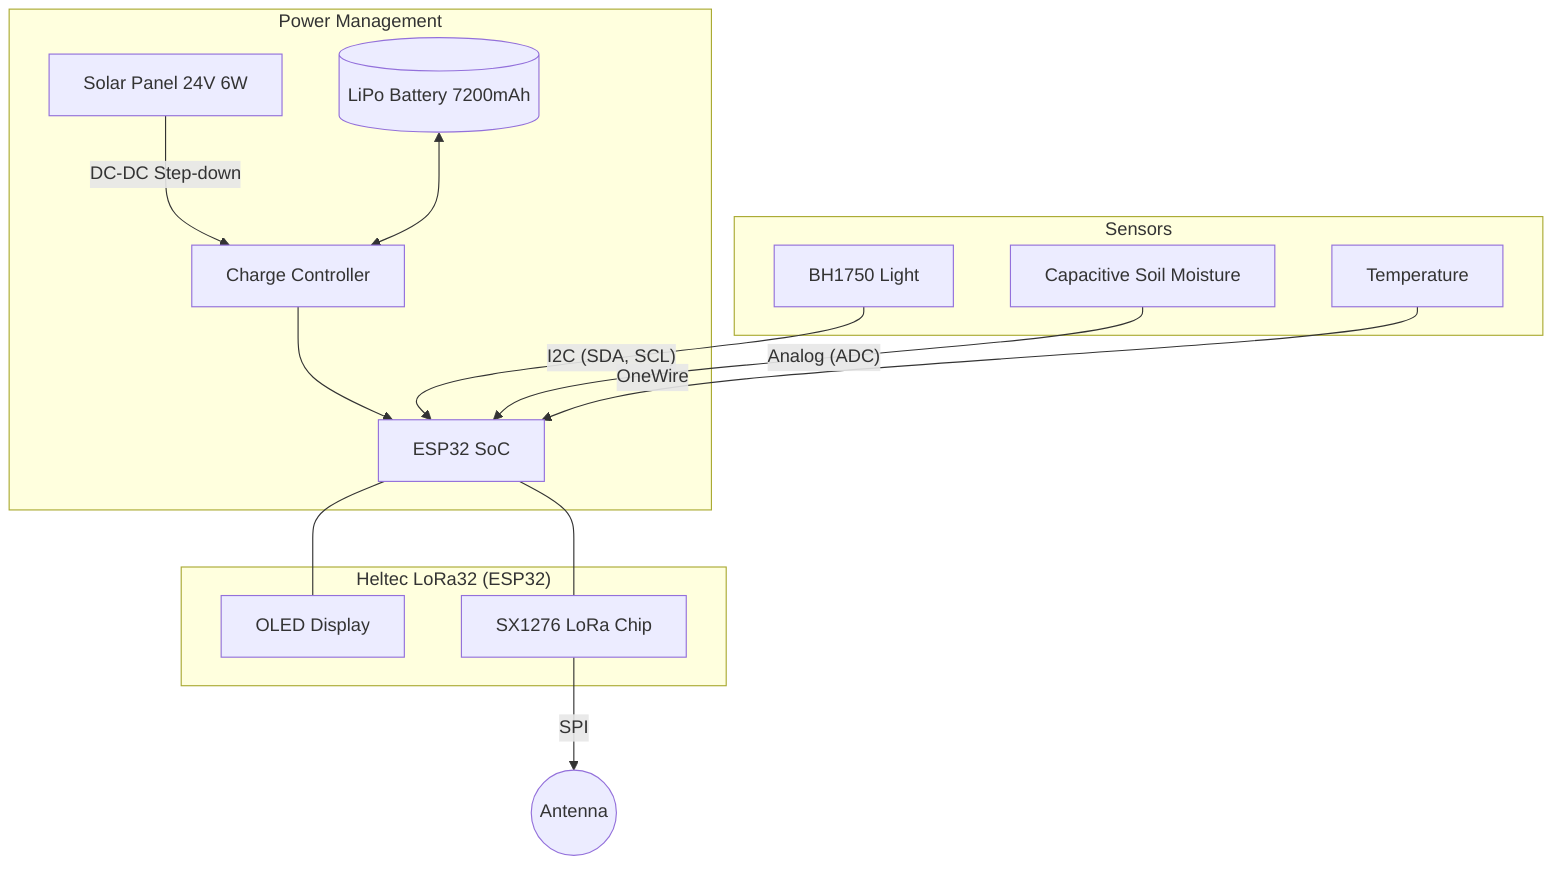
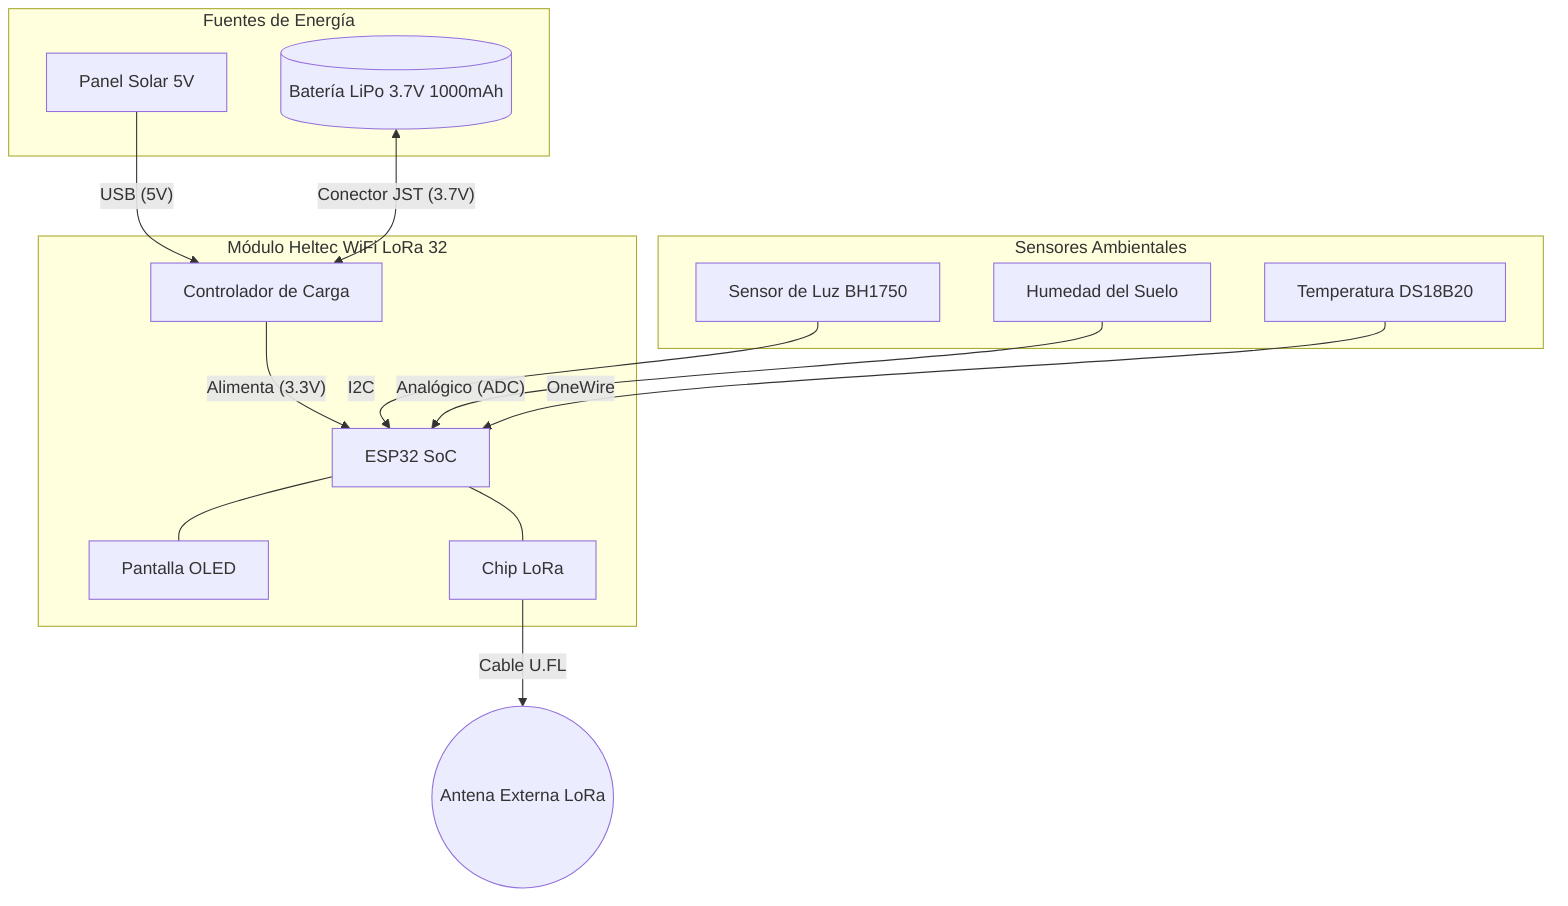
flowchart TD
-     subgraph "Power Management"
-         SP[Solar Panel 24V 6W] -->|DC-DC Step-down| CH[Charge Controller]
-         BATT[(LiPo Battery 7200mAh)] <--> CH
-         CH --> ESP
+     subgraph FuA["Fuentes de Energía"]
+         SP[Panel Solar 5V]
+         BATT[(Batería LiPo 3.7V 1000mAh)]
    end

-     subgraph "Heltec LoRa32 (ESP32)"
+     subgraph Heltec["Módulo Heltec WiFi LoRa 32"]
+         CH[Controlador de Carga]
        ESP[ESP32 SoC]
-         OLED[OLED Display]
-         LoRa[SX1276 LoRa Chip]
+         OLED[Pantalla OLED]
+         LoRa[Chip LoRa]
+ 
+         CH -->|"Alimenta (3.3V)"| ESP
        ESP --- OLED
        ESP --- LoRa
    end

-     subgraph "Sensors"
-         L[BH1750 Light]
-         H[Capacitive Soil Moisture]
-         T[Temperature]
+     SP -->|"USB (5V)"| CH
+     BATT <-->|"Conector JST (3.7V)"| CH
+ 
+     subgraph Sens["Sensores Ambientales"]
+         L[Sensor de Luz BH1750]
+         H[Humedad del Suelo]
+         T[Temperatura DS18B20]
    end

-     L -- "I2C (SDA, SCL)" --> ESP
-     H -- "Analog (ADC)" --> ESP
+     L -- "I2C" --> ESP
+     H -- "Analógico (ADC)" --> ESP
    T -- "OneWire" --> ESP
-     LoRa -- "SPI" --> Ant((Antenna))
+ 
+     LoRa -- "Cable U.FL" --> Ant((Antena Externa LoRa))
